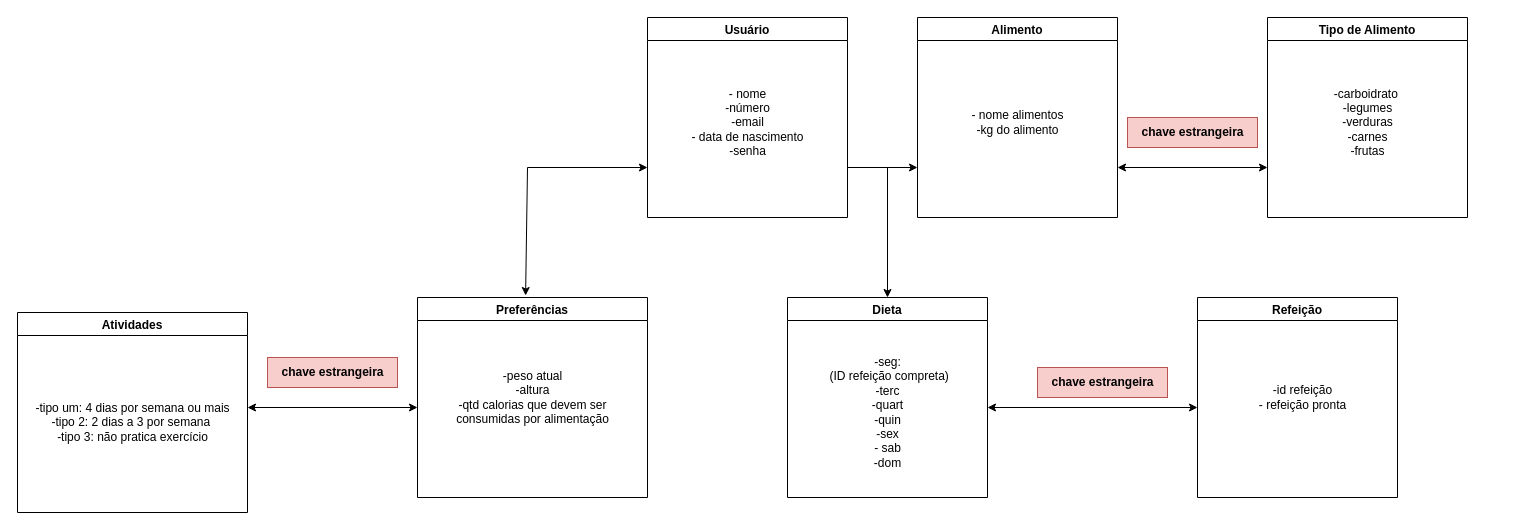
Before: Desenvolvimento/SCRIPTBD/Diagrama Banco de Dados.drawio in FelipeRoriz0/MakeYourdiet, a draw.io diagram. Source tidied: cells renumbered, new cells numbered last; positions are measured from the earlier drawing's top-left corner, leaving out a move shared by most shapes. Both pictures are drawn from the tidied source at 100%, with x=0, y=0 at pixel (17, 17).
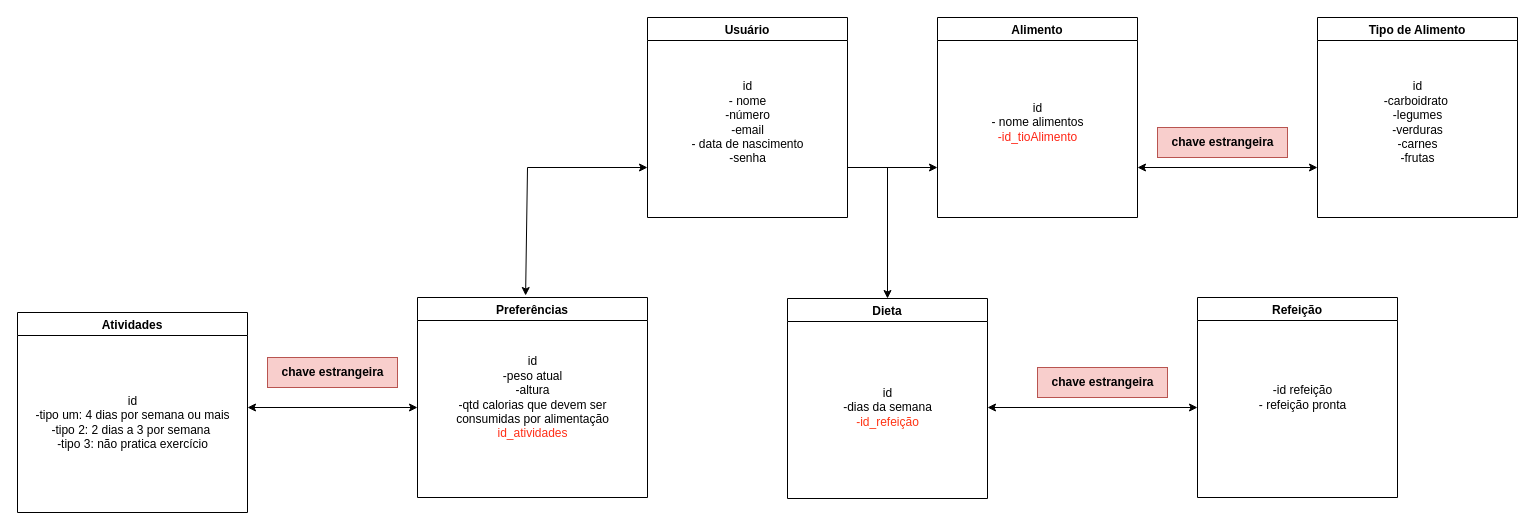
The same diagram, later.

Commit message (it also covers changes not shown here):
script do banco de dados, incompleto

Unchanged cells that the change refers to:
```xml
<mxCell id="2" value="Usuário" style="swimlane;" parent="1" vertex="1">
  <mxGeometry x="630" width="200" height="200" as="geometry" />
</mxCell>
<mxCell id="10" value="Preferências" style="swimlane;" parent="1" vertex="1">
  <mxGeometry x="400" y="280" width="230" height="200" as="geometry" />
</mxCell>
<mxCell id="21" value="Atividades" style="swimlane;startSize=23;" parent="1" vertex="1">
  <mxGeometry y="295" width="230" height="200" as="geometry" />
</mxCell>
```

What changed in the source:
```diff
@@
-    <mxCell id="3" value="- nome&lt;br&gt;-número&lt;br&gt;-email&lt;br&gt;- data de nascimento&lt;br&gt;-senha" style="text;html=1;align=center;verticalAlign=middle;strokeColor=none;fillColor=none;" parent="2" vertex="1">
-      <mxGeometry x="30" y="60" width="140" height="90" as="geometry" />
+    <mxCell id="3" value="id&lt;br&gt;- nome&lt;br&gt;-número&lt;br&gt;-email&lt;br&gt;- data de nascimento&lt;br&gt;-senha" style="text;html=1;align=center;verticalAlign=middle;strokeColor=none;fillColor=none;" parent="2" vertex="1">
+      <mxGeometry x="30" y="55" width="140" height="100" as="geometry" />
     </mxCell>
     <mxCell id="4" value="Alimento" style="swimlane;" parent="1" vertex="1">
-      <mxGeometry x="900" width="200" height="200" as="geometry" />
+      <mxGeometry x="920" width="200" height="200" as="geometry" />
     </mxCell>
-    <mxCell id="5" value="- nome alimentos&lt;br&gt;-kg do alimento" style="text;html=1;align=center;verticalAlign=middle;strokeColor=none;fillColor=none;" parent="4" vertex="1">
-      <mxGeometry x="40" y="85" width="120" height="40" as="geometry" />
+    <mxCell id="5" value="id&lt;br&gt;- nome alimentos&lt;br&gt;&lt;font color=&quot;#ff2414&quot;&gt;-id_tioAlimento&lt;/font&gt;" style="text;html=1;align=center;verticalAlign=middle;strokeColor=none;fillColor=none;" parent="4" vertex="1">
+      <mxGeometry x="40" y="75" width="120" height="60" as="geometry" />
     </mxCell>
     <mxCell id="6" value="Tipo de Alimento" style="swimlane;" parent="1" vertex="1">
-      <mxGeometry x="1250" width="200" height="200" as="geometry" />
+      <mxGeometry x="1300" width="200" height="200" as="geometry" />
     </mxCell>
-    <mxCell id="7" value="-carboidrato&amp;nbsp;&lt;br&gt;-legumes&lt;br&gt;-verduras&lt;br&gt;-carnes&lt;br&gt;-frutas" style="text;html=1;align=center;verticalAlign=middle;strokeColor=none;fillColor=none;" parent="6" vertex="1">
-      <mxGeometry x="55" y="60" width="90" height="90" as="geometry" />
+    <mxCell id="7" value="id&lt;br&gt;-carboidrato&amp;nbsp;&lt;br&gt;-legumes&lt;br&gt;-verduras&lt;br&gt;-carnes&lt;br&gt;-frutas" style="text;html=1;align=center;verticalAlign=middle;strokeColor=none;fillColor=none;" parent="6" vertex="1">
+      <mxGeometry x="55" y="55" width="90" height="100" as="geometry" />
     </mxCell>
     <mxCell id="8" value="Dieta" style="swimlane;" parent="1" vertex="1">
-      <mxGeometry x="770" y="280" width="200" height="200" as="geometry" />
+      <mxGeometry x="770" y="281" width="200" height="200" as="geometry" />
     </mxCell>
-    <mxCell id="9" value="-seg:&lt;br&gt;&amp;nbsp;(ID refeição compreta)&lt;br&gt;-terc&lt;br&gt;-quart&lt;br&gt;-quin&lt;br&gt;-sex&lt;br&gt;- sab&lt;br&gt;-dom" style="text;html=1;align=center;verticalAlign=middle;strokeColor=none;fillColor=none;rotation=0;" parent="8" vertex="1">
-      <mxGeometry x="25" y="50" width="150" height="130" as="geometry" />
+    <mxCell id="9" value="id&lt;br&gt;-dias da semana&lt;br&gt;&lt;font color=&quot;#ff3414&quot;&gt;-id_refeição&lt;/font&gt;" style="text;html=1;align=center;verticalAlign=middle;strokeColor=none;fillColor=none;rotation=0;" parent="8" vertex="1">
+      <mxGeometry x="45" y="79" width="110" height="60" as="geometry" />
     </mxCell>
@@
-    <mxCell id="11" value="-peso atual&lt;br&gt;-altura&lt;br&gt;-qtd calorias que devem ser &lt;br&gt;consumidas por alimentação" style="text;html=1;align=center;verticalAlign=middle;strokeColor=none;fillColor=none;" parent="10" vertex="1">
-      <mxGeometry x="25" y="65" width="180" height="70" as="geometry" />
+    <mxCell id="11" value="id&lt;br&gt;-peso atual&lt;br&gt;-altura&lt;br&gt;-qtd calorias que devem ser &lt;br&gt;consumidas por alimentação&lt;br&gt;&lt;font color=&quot;#ff2e17&quot;&gt;id_atividades&lt;/font&gt;" style="text;html=1;align=center;verticalAlign=middle;strokeColor=none;fillColor=none;" parent="10" vertex="1">
+      <mxGeometry x="25" y="50" width="180" height="100" as="geometry" />
     </mxCell>
@@
     <mxCell id="15" value="chave estrangeira" style="text;html=1;align=center;verticalAlign=middle;strokeColor=#b85450;fillColor=#f8cecc;fontStyle=1;" parent="1" vertex="1">
-      <mxGeometry x="1110" y="100" width="130" height="30" as="geometry" />
+      <mxGeometry x="1140" y="110" width="130" height="30" as="geometry" />
     </mxCell>
@@
-    <mxCell id="22" value="-tipo um: 4 dias por semana ou mais&lt;br&gt;-tipo 2: 2 dias a 3 por semana&amp;nbsp;&lt;br&gt;-tipo 3: não pratica exercício" style="text;html=1;align=center;verticalAlign=middle;strokeColor=none;fillColor=none;" parent="21" vertex="1">
-      <mxGeometry x="5" y="80" width="220" height="60" as="geometry" />
+    <mxCell id="22" value="id&lt;br&gt;-tipo um: 4 dias por semana ou mais&lt;br&gt;-tipo 2: 2 dias a 3 por semana&amp;nbsp;&lt;br&gt;-tipo 3: não pratica exercício" style="text;html=1;align=center;verticalAlign=middle;strokeColor=none;fillColor=none;" parent="21" vertex="1">
+      <mxGeometry x="5" y="75" width="220" height="70" as="geometry" />
     </mxCell>
```
